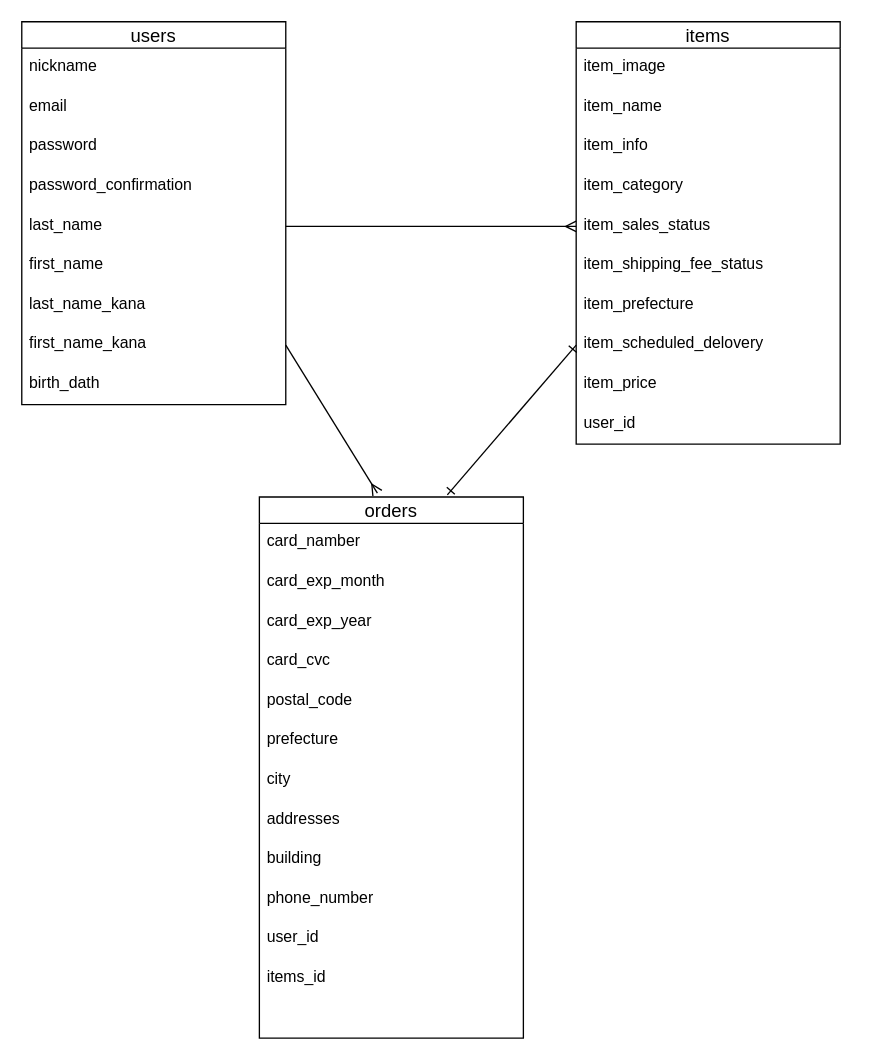
Earlier version of the draw.io diagram page "Page-1" (1 of 2) of app/furima.dio (itokoji/furima-32615). Source tidied: cells renumbered, new cells numbered last; positions are measured from the earlier drawing's top-left corner, leaving out a move shared by most shapes. Both pictures are drawn from the tidied source at 132%, with x=0, y=0 at pixel (21, 21).
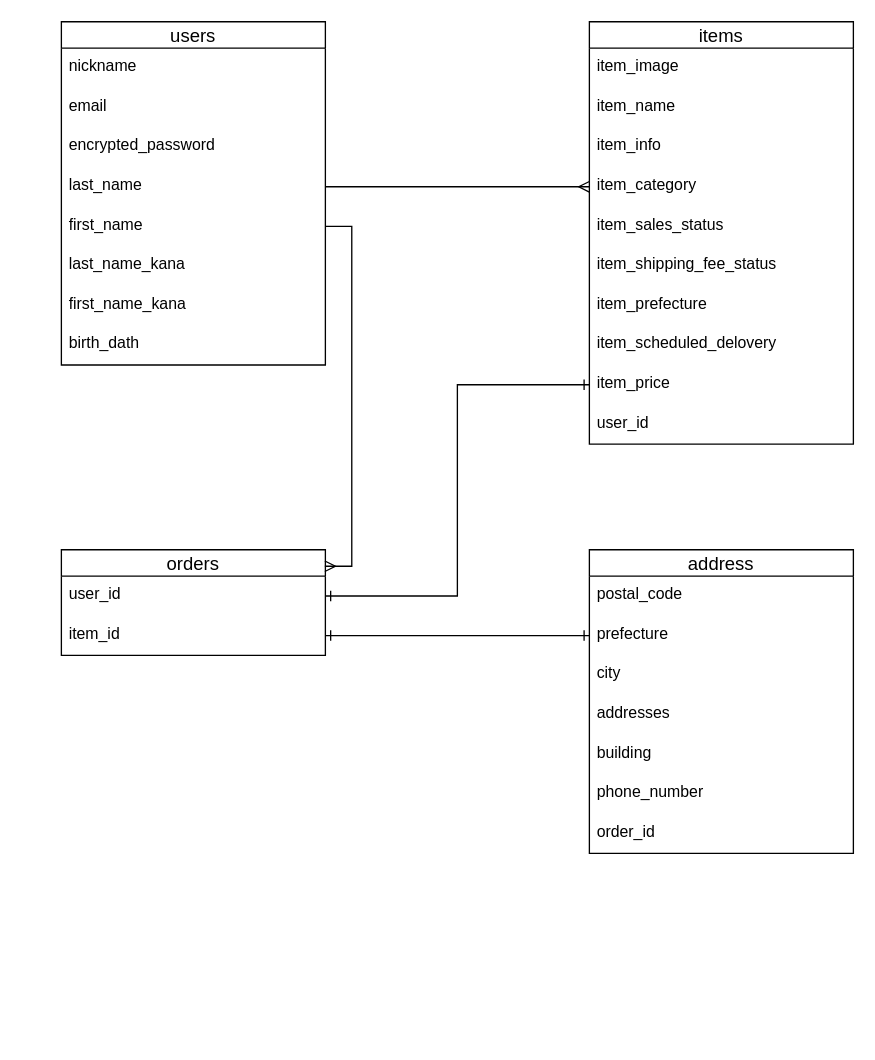
After the change.

The change refers to these unchanged cells:
```xml
<mxCell id="6" value="item_category" style="text;strokeColor=none;fillColor=none;spacingLeft=4;spacingRight=4;overflow=hidden;points=[[0,0.5],[1,0.5]];portConstraint=eastwest;fontSize=12;" parent="2" vertex="1">
  <mxGeometry y="110" width="200" height="30" as="geometry" />
</mxCell>
<mxCell id="7" value="item_sales_status" style="text;strokeColor=none;fillColor=none;spacingLeft=4;spacingRight=4;overflow=hidden;points=[[0,0.5],[1,0.5]];portConstraint=eastwest;fontSize=12;" parent="2" vertex="1">
  <mxGeometry y="140" width="200" height="30" as="geometry" />
</mxCell>
<mxCell id="10" value="item_scheduled_delovery" style="text;strokeColor=none;fillColor=none;spacingLeft=4;spacingRight=4;overflow=hidden;points=[[0,0.5],[1,0.5]];portConstraint=eastwest;fontSize=12;" parent="2" vertex="1">
  <mxGeometry y="230" width="200" height="30" as="geometry" />
</mxCell>
<mxCell id="11" value="item_price" style="text;strokeColor=none;fillColor=none;spacingLeft=4;spacingRight=4;overflow=hidden;points=[[0,0.5],[1,0.5]];portConstraint=eastwest;fontSize=12;" parent="2" vertex="1">
  <mxGeometry y="260" width="200" height="30" as="geometry" />
</mxCell>
```

Diff of the diagram source:
```diff
@@
     <mxCell id="2" value="items" style="swimlane;fontStyle=0;horizontal=1;startSize=20;align=center;fontSize=14;" parent="1" vertex="1">
-      <mxGeometry x="420" width="200" height="320" as="geometry" />
+      <mxGeometry x="430" width="200" height="320" as="geometry" />
     </mxCell>
@@
     <mxCell id="13" value="users" style="swimlane;fontStyle=0;horizontal=1;startSize=20;align=center;fontSize=14;" parent="1" vertex="1">
-      <mxGeometry width="200" height="290" as="geometry" />
+      <mxGeometry x="30" width="200" height="260" as="geometry" />
     </mxCell>
@@
-    <mxCell id="16" value="password" style="text;strokeColor=none;fillColor=none;spacingLeft=4;spacingRight=4;overflow=hidden;fontSize=12;" parent="13" vertex="1">
-      <mxGeometry y="80" width="200" height="30" as="geometry" />
-    </mxCell>
-    <mxCell id="17" value="password_confirmation" style="text;strokeColor=none;fillColor=none;spacingLeft=4;spacingRight=4;overflow=hidden;fontSize=12;" parent="13" vertex="1">
-      <mxGeometry y="110" width="200" height="30" as="geometry" />
+    <mxCell id="17" value="encrypted_password" style="text;strokeColor=none;fillColor=none;spacingLeft=4;spacingRight=4;overflow=hidden;fontSize=12;" parent="13" vertex="1">
+      <mxGeometry y="80" width="200" height="30" as="geometry" />
     </mxCell>
     <mxCell id="18" value="last_name&#10;" style="text;strokeColor=none;fillColor=none;spacingLeft=4;spacingRight=4;overflow=hidden;points=[[0,0.5],[1,0.5]];portConstraint=eastwest;fontSize=12;" parent="13" vertex="1">
-      <mxGeometry y="140" width="200" height="30" as="geometry" />
+      <mxGeometry y="110" width="200" height="30" as="geometry" />
     </mxCell>
     <mxCell id="19" value="first_name" style="text;strokeColor=none;fillColor=none;spacingLeft=4;spacingRight=4;overflow=hidden;points=[[0,0.5],[1,0.5]];portConstraint=eastwest;fontSize=12;" parent="13" vertex="1">
-      <mxGeometry y="170" width="200" height="30" as="geometry" />
+      <mxGeometry y="140" width="200" height="30" as="geometry" />
     </mxCell>
     <mxCell id="20" value="last_name_kana" style="text;strokeColor=none;fillColor=none;spacingLeft=4;spacingRight=4;overflow=hidden;fontSize=12;" parent="13" vertex="1">
-      <mxGeometry y="200" width="200" height="30" as="geometry" />
+      <mxGeometry y="170" width="200" height="30" as="geometry" />
     </mxCell>
     <mxCell id="21" value="first_name_kana" style="text;strokeColor=none;fillColor=none;spacingLeft=4;spacingRight=4;overflow=hidden;points=[[0,0.5],[1,0.5]];portConstraint=eastwest;fontSize=12;" parent="13" vertex="1">
-      <mxGeometry y="230" width="200" height="30" as="geometry" />
+      <mxGeometry y="200" width="200" height="30" as="geometry" />
     </mxCell>
     <mxCell id="22" value="birth_dath" style="text;strokeColor=none;fillColor=none;spacingLeft=4;spacingRight=4;overflow=hidden;fontSize=12;" parent="13" vertex="1">
-      <mxGeometry y="260" width="200" height="30" as="geometry" />
+      <mxGeometry y="230" width="200" height="30" as="geometry" />
     </mxCell>
-    <mxCell id="23" value="orders" style="swimlane;fontStyle=0;horizontal=1;startSize=20;align=center;fontSize=14;" parent="1" vertex="1">
-      <mxGeometry x="180" y="360" width="200" height="410" as="geometry" />
+    <mxCell id="23" value="address" style="swimlane;fontStyle=0;horizontal=1;startSize=20;align=center;fontSize=14;" parent="1" vertex="1">
+      <mxGeometry x="430" y="400" width="200" height="230" as="geometry" />
     </mxCell>
-    <mxCell id="24" value="card_namber" style="text;strokeColor=none;fillColor=none;spacingLeft=4;spacingRight=4;overflow=hidden;fontSize=12;" parent="23" vertex="1">
-      <mxGeometry y="20" width="200" height="30" as="geometry" />
-    </mxCell>
-    <mxCell id="25" value="card_exp_month" style="text;strokeColor=none;fillColor=none;spacingLeft=4;spacingRight=4;overflow=hidden;fontSize=12;" parent="23" vertex="1">
-      <mxGeometry y="50" width="200" height="30" as="geometry" />
-    </mxCell>
-    <mxCell id="26" value="card_exp_year" style="text;strokeColor=none;fillColor=none;spacingLeft=4;spacingRight=4;overflow=hidden;fontSize=12;" parent="23" vertex="1">
-      <mxGeometry y="80" width="200" height="30" as="geometry" />
-    </mxCell>
-    <mxCell id="27" value="card_cvc" style="text;strokeColor=none;fillColor=none;spacingLeft=4;spacingRight=4;overflow=hidden;fontSize=12;" parent="23" vertex="1">
-      <mxGeometry y="110" width="200" height="30" as="geometry" />
-    </mxCell>
     <mxCell id="28" value="postal_code" style="text;strokeColor=none;fillColor=none;spacingLeft=4;spacingRight=4;overflow=hidden;fontSize=12;" parent="23" vertex="1">
-      <mxGeometry y="140" width="200" height="30" as="geometry" />
+      <mxGeometry y="20" width="200" height="30" as="geometry" />
     </mxCell>
     <mxCell id="29" value="prefecture" style="text;strokeColor=none;fillColor=none;spacingLeft=4;spacingRight=4;overflow=hidden;points=[[0,0.5],[1,0.5]];portConstraint=eastwest;fontSize=12;" parent="23" vertex="1">
-      <mxGeometry y="170" width="200" height="30" as="geometry" />
+      <mxGeometry y="50" width="200" height="30" as="geometry" />
     </mxCell>
     <mxCell id="30" value="city" style="text;strokeColor=none;fillColor=none;spacingLeft=4;spacingRight=4;overflow=hidden;fontSize=12;" parent="23" vertex="1">
-      <mxGeometry y="200" width="200" height="30" as="geometry" />
+      <mxGeometry y="80" width="200" height="30" as="geometry" />
     </mxCell>
     <mxCell id="31" value="addresses" style="text;strokeColor=none;fillColor=none;spacingLeft=4;spacingRight=4;overflow=hidden;points=[[0,0.5],[1,0.5]];portConstraint=eastwest;fontSize=12;" parent="23" vertex="1">
-      <mxGeometry y="230" width="200" height="30" as="geometry" />
+      <mxGeometry y="110" width="200" height="30" as="geometry" />
     </mxCell>
     <mxCell id="32" value="building" style="text;strokeColor=none;fillColor=none;spacingLeft=4;spacingRight=4;overflow=hidden;fontSize=12;" parent="23" vertex="1">
-      <mxGeometry y="260" width="200" height="30" as="geometry" />
+      <mxGeometry y="140" width="200" height="30" as="geometry" />
     </mxCell>
     <mxCell id="33" value="phone_number" style="text;strokeColor=none;fillColor=none;spacingLeft=4;spacingRight=4;overflow=hidden;fontSize=12;" parent="23" vertex="1">
-      <mxGeometry y="290" width="200" height="30" as="geometry" />
+      <mxGeometry y="170" width="200" height="30" as="geometry" />
     </mxCell>
+    <mxCell id="39" style="edgeStyle=orthogonalEdgeStyle;rounded=0;orthogonalLoop=1;jettySize=auto;html=1;exitX=1;exitY=0.5;exitDx=0;exitDy=0;" parent="23" edge="1" source="31" target="31">
+      <mxGeometry relative="1" as="geometry" />
+    </mxCell>
+    <mxCell id="35" value="order_id" style="text;strokeColor=none;fillColor=none;spacingLeft=4;spacingRight=4;overflow=hidden;fontSize=12;" parent="23" vertex="1">
+      <mxGeometry y="200" width="200" height="30" as="geometry" />
+    </mxCell>
+    <mxCell id="40" value="orders" style="swimlane;fontStyle=0;horizontal=1;startSize=20;align=center;fontSize=14;" parent="1" vertex="1">
+      <mxGeometry x="30" y="400" width="200" height="80" as="geometry" />
+    </mxCell>
-    <mxCell id="34" value="user_id" style="text;strokeColor=none;fillColor=none;spacingLeft=4;spacingRight=4;overflow=hidden;points=[[0,0.5],[1,0.5]];portConstraint=eastwest;fontSize=12;" parent="23" vertex="1">
-      <mxGeometry y="320" width="200" height="30" as="geometry" />
+    <mxCell id="34" value="user_id" style="text;strokeColor=none;fillColor=none;spacingLeft=4;spacingRight=4;overflow=hidden;points=[[0,0.5],[1,0.5]];portConstraint=eastwest;fontSize=12;" parent="40" vertex="1">
+      <mxGeometry y="20" width="200" height="30" as="geometry" />
     </mxCell>
-    <mxCell id="35" value="items_id" style="text;strokeColor=none;fillColor=none;spacingLeft=4;spacingRight=4;overflow=hidden;fontSize=12;" parent="23" vertex="1">
-      <mxGeometry y="350" width="200" height="60" as="geometry" />
-    </mxCell>
-    <mxCell id="36" style="edgeStyle=orthogonalEdgeStyle;rounded=0;jettySize=auto;html=1;exitX=1;exitY=0.5;exitDx=0;exitDy=0;entryX=0;entryY=0.5;entryDx=0;entryDy=0;endArrow=ERmany;endFill=0;" parent="1" edge="1" source="18" target="7">
-      <mxGeometry relative="1" as="geometry" />
-    </mxCell>
-    <mxCell id="37" style="rounded=0;jettySize=auto;html=1;exitX=1;exitY=0.5;exitDx=0;exitDy=0;entryX=0.447;entryY=-0.007;entryDx=0;entryDy=0;entryPerimeter=0;endArrow=ERmany;endFill=0;" parent="1" edge="1" source="21" target="23">
-      <mxGeometry relative="1" as="geometry" />
-    </mxCell>
-    <mxCell id="38" style="rounded=0;jettySize=auto;html=1;exitX=0;exitY=0.5;exitDx=0;exitDy=0;entryX=0.712;entryY=-0.004;entryDx=0;entryDy=0;entryPerimeter=0;endArrow=ERone;endFill=0;startArrow=ERone;startFill=0;" parent="1" edge="1" source="10" target="23">
-      <mxGeometry relative="1" as="geometry" />
-    </mxCell>
+    <mxCell id="41" value="item_id" style="text;strokeColor=none;fillColor=none;spacingLeft=4;spacingRight=4;overflow=hidden;points=[[0,0.5],[1,0.5]];portConstraint=eastwest;fontSize=12;" parent="40" vertex="1">
+      <mxGeometry y="50" width="200" height="30" as="geometry" />
+    </mxCell>
+    <mxCell id="42" style="edgeStyle=orthogonalEdgeStyle;rounded=0;jettySize=auto;html=1;exitX=1;exitY=0.5;exitDx=0;exitDy=0;entryX=0;entryY=0.5;entryDx=0;entryDy=0;endArrow=ERmany;endFill=0;" parent="1" edge="1" source="18" target="6">
+      <mxGeometry relative="1" as="geometry" />
+    </mxCell>
+    <mxCell id="43" style="edgeStyle=orthogonalEdgeStyle;rounded=0;jettySize=auto;html=1;exitX=0;exitY=0.5;exitDx=0;exitDy=0;entryX=1;entryY=0.5;entryDx=0;entryDy=0;endArrow=ERone;endFill=0;startArrow=ERone;startFill=0;" parent="1" edge="1" source="11" target="34">
+      <mxGeometry relative="1" as="geometry" />
+    </mxCell>
+    <mxCell id="44" style="edgeStyle=orthogonalEdgeStyle;rounded=0;jettySize=auto;html=1;exitX=1;exitY=0.5;exitDx=0;exitDy=0;entryX=0;entryY=0.5;entryDx=0;entryDy=0;startArrow=ERone;startFill=0;endArrow=ERone;endFill=0;" parent="1" edge="1" source="41" target="29">
+      <mxGeometry relative="1" as="geometry" />
+    </mxCell>
+    <mxCell id="45" style="edgeStyle=orthogonalEdgeStyle;rounded=0;jettySize=auto;html=1;exitX=1;exitY=0.5;exitDx=0;exitDy=0;entryX=0.998;entryY=0.156;entryDx=0;entryDy=0;entryPerimeter=0;startArrow=none;startFill=0;endArrow=ERmany;endFill=0;" parent="1" edge="1" source="19" target="40">
+      <mxGeometry relative="1" as="geometry" />
+    </mxCell>
```
